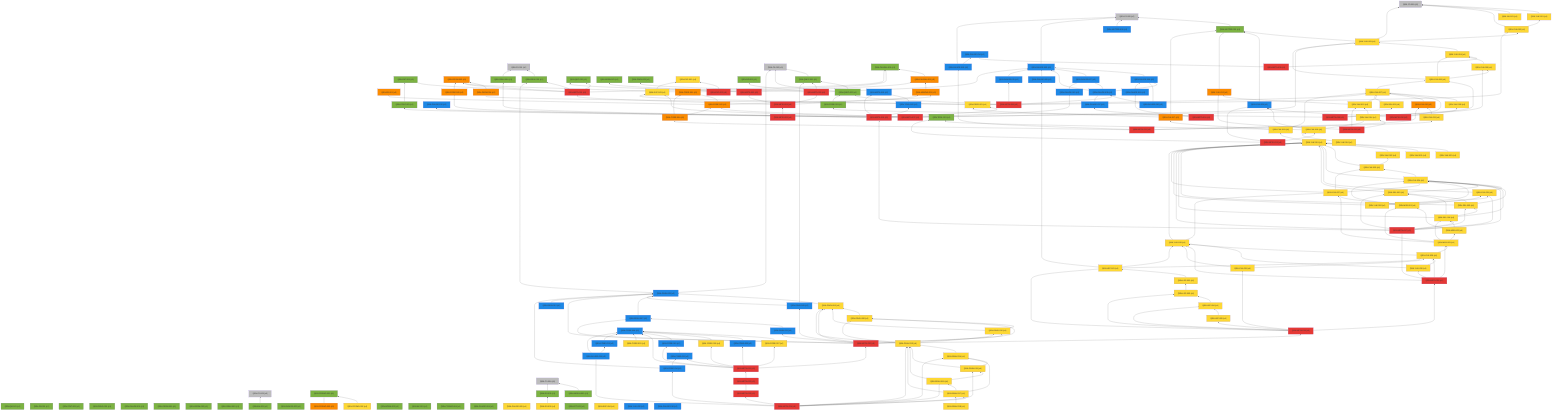
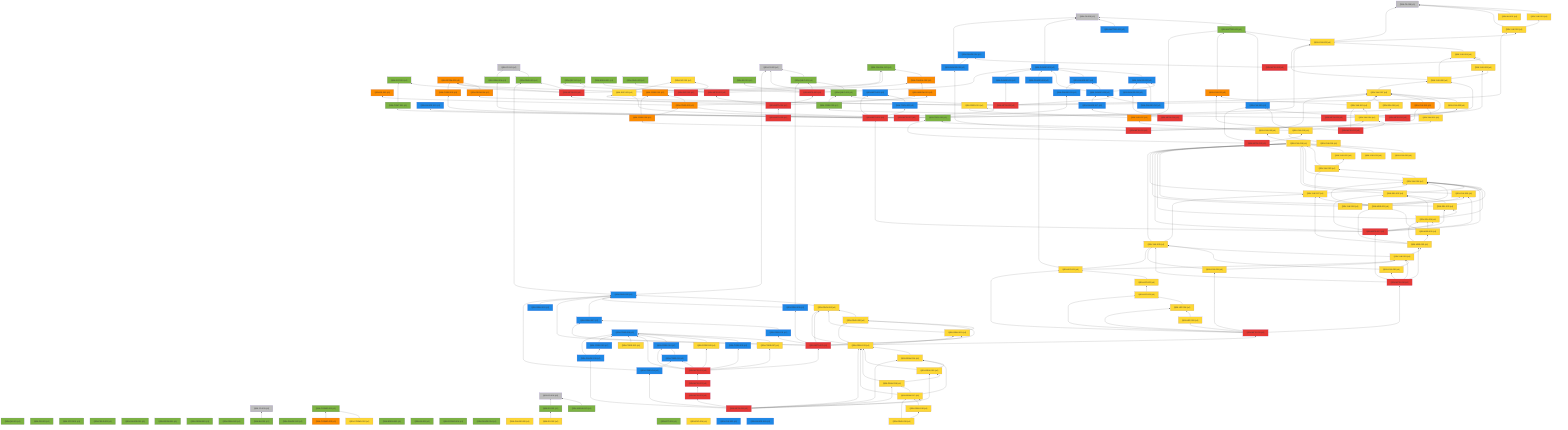
%% 自動生成 (dag/report.pl) — QRN 主張依存グラフ
graph BT
  QRN_C0_001["QRN-C0-001 (c0)"]:::c0
  QRN_C0_002["QRN-C0-002 (c0)"]:::c0
  QRN_C0_003["QRN-C0-003 (c0)"]:::c0
  QRN_C0_004["QRN-C0-004 (c0)"]:::c0
  QRN_C0_005["QRN-C0-005 (c0)"]:::c0
  QRN_C0_006["QRN-C0-006 (c0)"]:::c0
  QRN_QM_001["QRN-QM-001 (c1)"]:::c1
  QRN_GR_001["QRN-GR-001 (c1)"]:::c1
  QRN_STAT_001["QRN-STAT-001 (c1)"]:::c1
  QRN_FIELD_001["QRN-FIELD-001 (c1)"]:::c1
  QRN_GAUGE_001["QRN-GAUGE-001 (c1)"]:::c1
  QRN_ENT_001["QRN-ENT-001 (c1)"]:::c1
  QRN_GEOM_001["QRN-GEOM-001 (c1)"]:::c1
  QRN_GEOM_002["QRN-GEOM-002 (c1)"]:::c1
  QRN_GEOM_003["QRN-GEOM-003 (c3)"]:::c3
  QRN_GRAV_001["QRN-GRAV-001 (c1)"]:::c1
  QRN_GRAV_002["QRN-GRAV-002 (c1)"]:::c1
  QRN_BH_001["QRN-BH-001 (c1)"]:::c1
  QRN_CAUSAL_001["QRN-CAUSAL-001 (c1)"]:::c1
  QRN_CAUSAL_002["QRN-CAUSAL-002 (c3)"]:::c3
  QRN_ER_001["QRN-ER-001 (c3)"]:::c3
  QRN_QEC_001["QRN-QEC-001 (c1)"]:::c1
  QRN_GAUGE_002["QRN-GAUGE-002 (c1)"]:::c1
  QRN_COSMO_001["QRN-COSMO-001 (c1)"]:::c1
  QRN_COSMO_002["QRN-COSMO-002 (c4)"]:::c4
  QRN_COSMO_003["QRN-COSMO-003 (c3)"]:::c3
  QRN_BORN_001["QRN-BORN-001 (c1)"]:::c1
  QRN_BORN_002["QRN-BORN-002 (c1)"]:::c1
  QRN_GRAV_003["QRN-GRAV-003 (c1)"]:::c1
  QRN_KK_001["QRN-KK-001 (c1)"]:::c1
  QRN_MATTER_001["QRN-MATTER-001 (c1)"]:::c1
  QRN_MATTER_002["QRN-MATTER-002 (c2)"]:::c2
  QRN_COSMO_004["QRN-COSMO-004 (c1)"]:::c1
  QRN_EXP_001["QRN-EXP-001 (c4)"]:::c4
  QRN_GAUGE_003["QRN-GAUGE-003 (c2)"]:::c2
  QRN_GAUGE_004["QRN-GAUGE-004 (c1)"]:::c1
  QRN_GAUGE_005["QRN-GAUGE-005 (c4)"]:::c4
  QRN_YUK_001["QRN-YUK-001 (c4)"]:::c4
  QRN_RG_001["QRN-RG-001 (c1)"]:::c1
  QRN_UNRUH_001["QRN-UNRUH-001 (c1)"]:::c1
  QRN_QNEC_001["QRN-QNEC-001 (c1)"]:::c1
  QRN_NU_001["QRN-NU-001 (c4)"]:::c4
  QRN_GAUGE_006["QRN-GAUGE-006 (c2)"]:::c2
  QRN_DS_001["QRN-DS-001 (c1)"]:::c1
  QRN_DS_002["QRN-DS-002 (c4)"]:::c4
  QRN_ARROW_001["QRN-ARROW-001 (c3)"]:::c3
  QRN_GAUGE_007["QRN-GAUGE-007 (c2)"]:::c2
  QRN_EFT_001["QRN-EFT-001 (c1)"]:::c1
  QRN_GAUGE_008["QRN-GAUGE-008 (c2)"]:::c2
  QRN_GAUGE_009["QRN-GAUGE-009 (c2)"]:::c2
  QRN_GAUGE_010["QRN-GAUGE-010 (c2)"]:::c2
  QRN_QNEC_002["QRN-QNEC-002 (c1)"]:::c1
  QRN_GEOM_004["QRN-GEOM-004 (c3)"]:::c3
  QRN_YUK_002["QRN-YUK-002 (c4)"]:::c4
  QRN_EXP_002["QRN-EXP-002 (c5)"]:::c5
  QRN_CORE_001["QRN-CORE-001 (c3)"]:::c3
  QRN_GAUGE_011["QRN-GAUGE-011 (c2)"]:::c2
  QRN_GAUGE_012["QRN-GAUGE-012 (c2)"]:::c2
  QRN_YUK_003["QRN-YUK-003 (c4)"]:::c4
  QRN_EXP_003["QRN-EXP-003 (c4)"]:::c4
  QRN_CORE_002["QRN-CORE-002 (c3)"]:::c3
  QRN_GAUGE_013["QRN-GAUGE-013 (c2)"]:::c2
  QRN_YUK_004["QRN-YUK-004 (c4)"]:::c4
  QRN_GAUGE_014["QRN-GAUGE-014 (c2)"]:::c2
  QRN_META_001["QRN-META-001 (c5)"]:::c5
  QRN_META_002["QRN-META-002 (c5)"]:::c5
  QRN_META_003["QRN-META-003 (c5)"]:::c5
  QRN_META_004["QRN-META-004 (c5)"]:::c5
  QRN_META_005["QRN-META-005 (c5)"]:::c5
  QRN_META_006["QRN-META-006 (c5)"]:::c5
  QRN_META_007["QRN-META-007 (c5)"]:::c5
  QRN_META_008["QRN-META-008 (c5)"]:::c5
  QRN_YUK_005["QRN-YUK-005 (c4)"]:::c4
  QRN_YUK_006["QRN-YUK-006 (c4)"]:::c4
  QRN_CORE_003["QRN-CORE-003 (c1)"]:::c1
  QRN_META_009["QRN-META-009 (c5)"]:::c5
  QRN_YUK_007["QRN-YUK-007 (c4)"]:::c4
  QRN_YUK_008["QRN-YUK-008 (c4)"]:::c4
  QRN_YUK_009["QRN-YUK-009 (c2)"]:::c2
  QRN_META_010["QRN-META-010 (c5)"]:::c5
  QRN_GAUGE_015["QRN-GAUGE-015 (c2)"]:::c2
  QRN_YUK_010["QRN-YUK-010 (c3)"]:::c3
  QRN_YUK_011["QRN-YUK-011 (c4)"]:::c4
  QRN_CORE_004["QRN-CORE-004 (c3)"]:::c3
  QRN_META_011["QRN-META-011 (c5)"]:::c5
  QRN_YUK_012["QRN-YUK-012 (c3)"]:::c3
  QRN_YUK_013["QRN-YUK-013 (c4)"]:::c4
  QRN_YUK_014["QRN-YUK-014 (c4)"]:::c4
  QRN_META_012["QRN-META-012 (c5)"]:::c5
  QRN_TOOL_001["QRN-TOOL-001 (c1)"]:::c1
  QRN_YUK_015["QRN-YUK-015 (c4)"]:::c4
  QRN_META_013["QRN-META-013 (c5)"]:::c5
  QRN_GAUGE_016["QRN-GAUGE-016 (c2)"]:::c2
  QRN_GAUGE_017["QRN-GAUGE-017 (c2)"]:::c2
  QRN_META_014["QRN-META-014 (c5)"]:::c5
  QRN_META_015["QRN-META-015 (c2)"]:::c2
  QRN_TOOL_002["QRN-TOOL-002 (c2)"]:::c2
  QRN_CORE_005["QRN-CORE-005 (c3)"]:::c3
  QRN_CONT_001["QRN-CONT-001 (c1)"]:::c1
  QRN_SEL_001["QRN-SEL-001 (c4)"]:::c4
  QRN_GRAV_004["QRN-GRAV-004 (c1)"]:::c1
  QRN_PRED_001["QRN-PRED-001 (c4)"]:::c4
  QRN_META_016["QRN-META-016 (c5)"]:::c5
  QRN_YUK_016["QRN-YUK-016 (c4)"]:::c4
  QRN_YUK_017["QRN-YUK-017 (c3)"]:::c3
  QRN_YUK_018["QRN-YUK-018 (c4)"]:::c4
  QRN_YUK_019["QRN-YUK-019 (c4)"]:::c4
  QRN_YUK_020["QRN-YUK-020 (c4)"]:::c4
  QRN_YUK_021["QRN-YUK-021 (c4)"]:::c4
  QRN_YUK_022["QRN-YUK-022 (c4)"]:::c4
  QRN_YUK_023["QRN-YUK-023 (c4)"]:::c4
  QRN_YUK_024["QRN-YUK-024 (c4)"]:::c4
  QRN_YUK_025["QRN-YUK-025 (c4)"]:::c4
  QRN_SEL_002["QRN-SEL-002 (c4)"]:::c4
  QRN_SEL_003["QRN-SEL-003 (c4)"]:::c4
  QRN_SEL_004["QRN-SEL-004 (c4)"]:::c4
  QRN_META_017["QRN-META-017 (c5)"]:::c5
  QRN_YUK_026["QRN-YUK-026 (c4)"]:::c4
  QRN_YUK_027["QRN-YUK-027 (c4)"]:::c4
  QRN_MSR_001["QRN-MSR-001 (c4)"]:::c4
  QRN_MSR_002["QRN-MSR-002 (c4)"]:::c4
  QRN_MSR_003["QRN-MSR-003 (c4)"]:::c4
  QRN_YUK_028["QRN-YUK-028 (c4)"]:::c4
  QRN_YUK_029["QRN-YUK-029 (c4)"]:::c4
  QRN_YUK_030["QRN-YUK-030 (c4)"]:::c4
  QRN_META_018["QRN-META-018 (c5)"]:::c5
  QRN_YUK_031["QRN-YUK-031 (c4)"]:::c4
  QRN_LEP_001["QRN-LEP-001 (c4)"]:::c4
  QRN_LEP_002["QRN-LEP-002 (c4)"]:::c4
  QRN_LEP_003["QRN-LEP-003 (c4)"]:::c4
  QRN_LEP_004["QRN-LEP-004 (c4)"]:::c4
  QRN_LEP_005["QRN-LEP-005 (c4)"]:::c4
  QRN_META_019["QRN-META-019 (c5)"]:::c5
  QRN_GRAV_005["QRN-GRAV-005 (c2)"]:::c2
  QRN_GRAV_006["QRN-GRAV-006 (c4)"]:::c4
  QRN_GRAV_007["QRN-GRAV-007 (c2)"]:::c2
  QRN_GRAV_008["QRN-GRAV-008 (c4)"]:::c4
  QRN_GRAV_009["QRN-GRAV-009 (c2)"]:::c2
  QRN_GRAV_010["QRN-GRAV-010 (c4)"]:::c4
  QRN_GRAV_011["QRN-GRAV-011 (c2)"]:::c2
  QRN_META_020["QRN-META-020 (c5)"]:::c5
  QRN_CORE_006["QRN-CORE-006 (c2)"]:::c2
  QRN_CORE_007["QRN-CORE-007 (c4)"]:::c4
  QRN_CORE_008["QRN-CORE-008 (c2)"]:::c2
  QRN_CORE_009["QRN-CORE-009 (c4)"]:::c4
  QRN_CORE_010["QRN-CORE-010 (c2)"]:::c2
  QRN_CORE_011["QRN-CORE-011 (c2)"]:::c2
  QRN_META_021["QRN-META-021 (c5)"]:::c5
  QRN_CORE_012["QRN-CORE-012 (c4)"]:::c4
  QRN_EXP_004["QRN-EXP-004 (c4)"]:::c4
  QRN_CORE_013["QRN-CORE-013 (c2)"]:::c2
  QRN_GRAV_012["QRN-GRAV-012 (c2)"]:::c2
  QRN_YUK_032["QRN-YUK-032 (c2)"]:::c2
  QRN_GAUGE_018["QRN-GAUGE-018 (c2)"]:::c2
  QRN_META_022["QRN-META-022 (c5)"]:::c5
  QRN_META_023["QRN-META-023 (c5)"]:::c5
  QRN_CORE_014["QRN-CORE-014 (c2)"]:::c2
  QRN_GRAV_013["QRN-GRAV-013 (c4)"]:::c4
  QRN_GRAV_014["QRN-GRAV-014 (c4)"]:::c4
  QRN_GRAV_015["QRN-GRAV-015 (c4)"]:::c4
  QRN_GRAV_016["QRN-GRAV-016 (c4)"]:::c4
  QRN_GRAV_017["QRN-GRAV-017 (c4)"]:::c4
  QRN_GAUGE_019["QRN-GAUGE-019 (c2)"]:::c2
  QRN_META_024["QRN-META-024 (c5)"]:::c5
  QRN_GRAV_018["QRN-GRAV-018 (c4)"]:::c4
+   QRN_GRAV_019["QRN-GRAV-019 (c4)"]:::c4
  QRN_GRAV_001 --> QRN_C0_001
  QRN_BH_001 --> QRN_C0_003
  QRN_CAUSAL_002 --> QRN_CAUSAL_001
  QRN_COSMO_002 --> QRN_COSMO_001
  QRN_COSMO_003 --> QRN_COSMO_001
  QRN_MATTER_001 --> QRN_C0_005
  QRN_MATTER_002 --> QRN_C0_005
  QRN_GAUGE_003 --> QRN_C0_005
  QRN_YUK_001 --> QRN_C0_006
  QRN_UNRUH_001 --> QRN_C0_004
  QRN_QNEC_001 --> QRN_C0_002
  QRN_NU_001 --> QRN_C0_006
  QRN_GAUGE_006 --> QRN_GAUGE_003
  QRN_DS_001 --> QRN_C0_004
  QRN_DS_002 --> QRN_DS_001
  QRN_ARROW_001 --> QRN_CAUSAL_002
  QRN_GAUGE_007 --> QRN_GAUGE_003
  QRN_GAUGE_008 --> QRN_GAUGE_003
  QRN_GAUGE_008 --> QRN_GAUGE_006
  QRN_GAUGE_008 --> QRN_GAUGE_007
  QRN_GAUGE_009 --> QRN_GAUGE_003
  QRN_GAUGE_010 --> QRN_GAUGE_006
  QRN_GAUGE_010 --> QRN_GAUGE_008
  QRN_QNEC_002 --> QRN_C0_002
  QRN_QNEC_002 --> QRN_QNEC_001
  QRN_GEOM_004 --> QRN_GEOM_003
  QRN_YUK_002 --> QRN_C0_006
  QRN_YUK_002 --> QRN_YUK_001
  QRN_EXP_002 --> QRN_EXP_001
  QRN_CORE_001 --> QRN_GEOM_003
  QRN_CORE_001 --> QRN_CAUSAL_001
  QRN_GAUGE_011 --> QRN_GAUGE_003
  QRN_YUK_003 --> QRN_C0_006
  QRN_YUK_003 --> QRN_MATTER_001
  QRN_YUK_003 --> QRN_YUK_002
  QRN_EXP_003 --> QRN_EXP_001
  QRN_CORE_002 --> QRN_CORE_001
  QRN_CORE_002 --> QRN_ER_001
  QRN_CORE_002 --> QRN_ARROW_001
  QRN_GAUGE_013 --> QRN_GAUGE_007
  QRN_YUK_004 --> QRN_YUK_003
  QRN_META_001 --> QRN_GEOM_003
  QRN_META_001 --> QRN_GRAV_001
  QRN_META_001 --> QRN_CAUSAL_001
  QRN_META_001 --> QRN_QEC_001
  QRN_META_001 --> QRN_ENT_001
  QRN_META_002 --> QRN_QEC_001
  QRN_META_002 --> QRN_BORN_001
  QRN_META_002 --> QRN_CAUSAL_002
  QRN_META_003 --> QRN_GAUGE_003
  QRN_META_003 --> QRN_RG_001
  QRN_META_003 --> QRN_QNEC_001
  QRN_META_003 --> QRN_GRAV_003
  QRN_META_004 --> QRN_META_001
  QRN_META_004 --> QRN_META_002
  QRN_META_004 --> QRN_META_003
  QRN_META_004 --> QRN_ARROW_001
  QRN_META_005 --> QRN_META_004
  QRN_META_006 --> QRN_GAUGE_008
  QRN_META_006 --> QRN_QNEC_002
  QRN_META_006 --> QRN_GEOM_004
  QRN_META_006 --> QRN_YUK_002
  QRN_META_006 --> QRN_GAUGE_011
  QRN_META_007 --> QRN_GAUGE_012
  QRN_META_007 --> QRN_YUK_003
  QRN_META_007 --> QRN_EXP_003
  QRN_META_007 --> QRN_CORE_002
  QRN_META_007 --> QRN_GAUGE_013
  QRN_META_008 --> QRN_YUK_004
  QRN_META_008 --> QRN_GAUGE_014
  QRN_YUK_005 --> QRN_YUK_004
  QRN_YUK_006 --> QRN_YUK_003
  QRN_YUK_006 --> QRN_YUK_004
  QRN_YUK_006 --> QRN_YUK_005
  QRN_CORE_003 --> QRN_QNEC_002
  QRN_META_009 --> QRN_YUK_005
  QRN_META_009 --> QRN_YUK_006
  QRN_META_009 --> QRN_CORE_003
  QRN_YUK_007 --> QRN_YUK_006
  QRN_YUK_008 --> QRN_YUK_007
  QRN_YUK_009 --> QRN_MATTER_001
  QRN_META_010 --> QRN_YUK_007
  QRN_META_010 --> QRN_YUK_008
  QRN_META_010 --> QRN_YUK_009
  QRN_GAUGE_015 --> QRN_C0_005
  QRN_GAUGE_015 --> QRN_GAUGE_014
  QRN_YUK_010 --> QRN_YUK_007
  QRN_YUK_011 --> QRN_YUK_010
  QRN_CORE_004 --> QRN_CORE_001
  QRN_CORE_004 --> QRN_CORE_002
  QRN_META_011 --> QRN_GAUGE_015
  QRN_META_011 --> QRN_YUK_010
  QRN_META_011 --> QRN_YUK_011
  QRN_META_011 --> QRN_CORE_004
  QRN_YUK_012 --> QRN_MATTER_001
  QRN_YUK_013 --> QRN_YUK_012
  QRN_YUK_013 --> QRN_YUK_007
  QRN_YUK_014 --> QRN_YUK_013
  QRN_META_012 --> QRN_YUK_012
  QRN_META_012 --> QRN_YUK_013
  QRN_META_012 --> QRN_YUK_014
  QRN_YUK_015 --> QRN_YUK_014
  QRN_YUK_015 --> QRN_TOOL_001
  QRN_YUK_015 --> QRN_YUK_009
  QRN_META_013 --> QRN_YUK_015
  QRN_META_013 --> QRN_TOOL_001
  QRN_META_013 --> QRN_YUK_009
  QRN_GAUGE_016 --> QRN_GAUGE_006
  QRN_GAUGE_017 --> QRN_GAUGE_008
  QRN_META_014 --> QRN_GAUGE_016
  QRN_META_014 --> QRN_GAUGE_017
  QRN_TOOL_002 --> QRN_META_015
  QRN_CORE_005 --> QRN_GEOM_003
  QRN_CONT_001 --> QRN_ENT_001
  QRN_SEL_001 --> QRN_YUK_007
  QRN_GRAV_004 --> QRN_C0_001
  QRN_PRED_001 --> QRN_YUK_007
  QRN_PRED_001 --> QRN_EXP_003
  QRN_META_016 --> QRN_META_015
  QRN_META_016 --> QRN_TOOL_002
  QRN_META_016 --> QRN_CORE_005
  QRN_META_016 --> QRN_CONT_001
  QRN_META_016 --> QRN_SEL_001
  QRN_META_016 --> QRN_GRAV_004
  QRN_META_016 --> QRN_PRED_001
  QRN_YUK_016 --> QRN_YUK_015
  QRN_YUK_017 --> QRN_MATTER_001
  QRN_YUK_017 --> QRN_PRED_001
  QRN_YUK_018 --> QRN_YUK_017
  QRN_YUK_018 --> QRN_YUK_007
  QRN_YUK_019 --> QRN_YUK_018
  QRN_YUK_020 --> QRN_YUK_019
  QRN_YUK_021 --> QRN_YUK_019
  QRN_YUK_022 --> QRN_YUK_019
  QRN_YUK_023 --> QRN_YUK_019
  QRN_YUK_023 --> QRN_YUK_022
  QRN_YUK_024 --> QRN_YUK_019
  QRN_YUK_024 --> QRN_YUK_023
  QRN_YUK_025 --> QRN_YUK_019
  QRN_YUK_025 --> QRN_YUK_024
  QRN_SEL_002 --> QRN_YUK_019
  QRN_SEL_002 --> QRN_YUK_024
  QRN_SEL_003 --> QRN_YUK_019
  QRN_SEL_003 --> QRN_YUK_024
  QRN_SEL_003 --> QRN_SEL_002
  QRN_SEL_004 --> QRN_YUK_019
  QRN_SEL_004 --> QRN_YUK_024
  QRN_SEL_004 --> QRN_SEL_002
  QRN_SEL_004 --> QRN_SEL_003
  QRN_META_017 --> QRN_META_016
  QRN_META_017 --> QRN_YUK_019
  QRN_META_017 --> QRN_YUK_024
  QRN_META_017 --> QRN_YUK_025
  QRN_META_017 --> QRN_SEL_002
  QRN_META_017 --> QRN_SEL_003
  QRN_META_017 --> QRN_SEL_004
  QRN_YUK_026 --> QRN_YUK_019
  QRN_YUK_026 --> QRN_YUK_024
  QRN_YUK_026 --> QRN_YUK_025
  QRN_YUK_027 --> QRN_YUK_019
  QRN_YUK_027 --> QRN_YUK_023
  QRN_YUK_027 --> QRN_YUK_024
  QRN_MSR_001 --> QRN_YUK_024
  QRN_MSR_001 --> QRN_YUK_025
  QRN_MSR_001 --> QRN_YUK_027
  QRN_MSR_002 --> QRN_SEL_004
  QRN_MSR_002 --> QRN_MSR_001
  QRN_MSR_003 --> QRN_MSR_001
  QRN_MSR_003 --> QRN_MSR_002
  QRN_MSR_003 --> QRN_SEL_004
  QRN_MSR_003 --> QRN_YUK_027
  QRN_YUK_028 --> QRN_YUK_019
  QRN_YUK_028 --> QRN_YUK_027
  QRN_YUK_029 --> QRN_YUK_028
  QRN_YUK_029 --> QRN_MSR_003
  QRN_YUK_030 --> QRN_YUK_028
  QRN_YUK_030 --> QRN_YUK_029
  QRN_META_018 --> QRN_META_017
  QRN_META_018 --> QRN_MSR_003
  QRN_META_018 --> QRN_YUK_028
  QRN_META_018 --> QRN_YUK_029
  QRN_META_018 --> QRN_YUK_030
  QRN_YUK_031 --> QRN_YUK_028
  QRN_YUK_031 --> QRN_YUK_029
  QRN_LEP_001 --> QRN_YUK_028
  QRN_LEP_001 --> QRN_YUK_029
  QRN_LEP_001 --> QRN_GAUGE_009
  QRN_LEP_002 --> QRN_LEP_001
  QRN_LEP_003 --> QRN_LEP_002
  QRN_LEP_004 --> QRN_LEP_003
  QRN_LEP_005 --> QRN_LEP_004
  QRN_META_019 --> QRN_META_018
  QRN_META_019 --> QRN_YUK_031
  QRN_META_019 --> QRN_LEP_001
  QRN_META_019 --> QRN_LEP_003
  QRN_META_019 --> QRN_LEP_004
  QRN_META_019 --> QRN_LEP_005
  QRN_GRAV_005 --> QRN_C0_002
  QRN_GRAV_005 --> QRN_GRAV_001
  QRN_GRAV_006 --> QRN_GRAV_005
  QRN_GRAV_007 --> QRN_GRAV_005
  QRN_GRAV_008 --> QRN_GRAV_006
  QRN_GRAV_009 --> QRN_GRAV_005
  QRN_GRAV_009 --> QRN_QNEC_001
  QRN_GRAV_010 --> QRN_GRAV_006
  QRN_GRAV_010 --> QRN_GRAV_008
  QRN_GRAV_011 --> QRN_GRAV_007
  QRN_META_020 --> QRN_META_019
  QRN_META_020 --> QRN_GRAV_005
  QRN_META_020 --> QRN_GRAV_006
  QRN_META_020 --> QRN_GRAV_007
  QRN_META_020 --> QRN_GRAV_008
  QRN_META_020 --> QRN_GRAV_009
  QRN_META_020 --> QRN_GRAV_010
  QRN_META_020 --> QRN_GRAV_011
  QRN_CORE_007 --> QRN_CORE_006
  QRN_CORE_008 --> QRN_CORE_006
  QRN_CORE_009 --> QRN_CORE_006
  QRN_CORE_010 --> QRN_CORE_006
  QRN_CORE_011 --> QRN_CORE_010
  QRN_META_021 --> QRN_META_020
  QRN_META_021 --> QRN_CORE_006
  QRN_META_021 --> QRN_CORE_007
  QRN_META_021 --> QRN_CORE_008
  QRN_META_021 --> QRN_CORE_009
  QRN_META_021 --> QRN_CORE_010
  QRN_META_021 --> QRN_CORE_011
  QRN_CORE_012 --> QRN_CORE_006
  QRN_CORE_013 --> QRN_CORE_006
  QRN_GRAV_012 --> QRN_GRAV_005
  QRN_META_022 --> QRN_META_021
  QRN_META_023 --> QRN_META_022
  QRN_CORE_014 --> QRN_CORE_011
  QRN_CORE_014 --> QRN_GRAV_005
  QRN_GRAV_013 --> QRN_GRAV_006
  QRN_GRAV_013 --> QRN_GRAV_008
  QRN_GRAV_013 --> QRN_GRAV_010
  QRN_GRAV_014 --> QRN_GRAV_013
  QRN_GRAV_015 --> QRN_GRAV_013
  QRN_GRAV_015 --> QRN_GRAV_014
  QRN_GRAV_016 --> QRN_GRAV_013
  QRN_GRAV_016 --> QRN_GRAV_015
  QRN_GRAV_017 --> QRN_GRAV_013
  QRN_GRAV_017 --> QRN_GRAV_014
  QRN_GRAV_017 --> QRN_GRAV_016
  QRN_GAUGE_019 --> QRN_CORE_006
  QRN_GAUGE_019 --> QRN_CORE_013
  QRN_META_024 --> QRN_CORE_014
  QRN_META_024 --> QRN_GRAV_013
  QRN_META_024 --> QRN_GRAV_014
  QRN_META_024 --> QRN_GRAV_015
  QRN_META_024 --> QRN_GRAV_016
  QRN_META_024 --> QRN_GRAV_017
  QRN_META_024 --> QRN_GAUGE_019
  QRN_META_024 --> QRN_META_023
  QRN_GRAV_018 --> QRN_GRAV_017
+   QRN_GRAV_019 --> QRN_GRAV_017
+   QRN_GRAV_019 --> QRN_GRAV_018
  classDef c0 fill:#bdbdbd
  classDef c1 fill:#7cb342
  classDef c2 fill:#1e88e5
  classDef c3 fill:#fb8c00
  classDef c4 fill:#fdd835
  classDef c5 fill:#e53935
